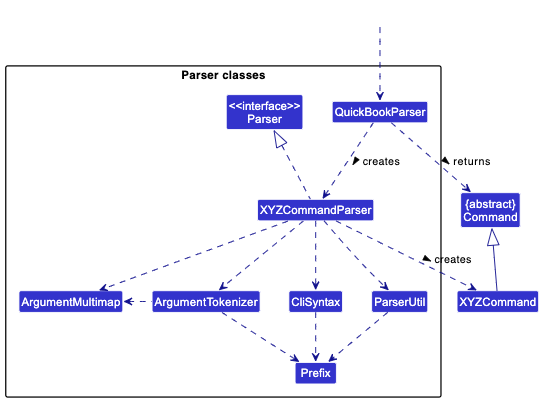
nus-cs2103-AY2223S2/tp keeps this PlantUML diagram as docs/images/ParserClasses.png. Above is the earlier version. Its source is kept beside it as docs/diagrams/ParserClasses.puml.
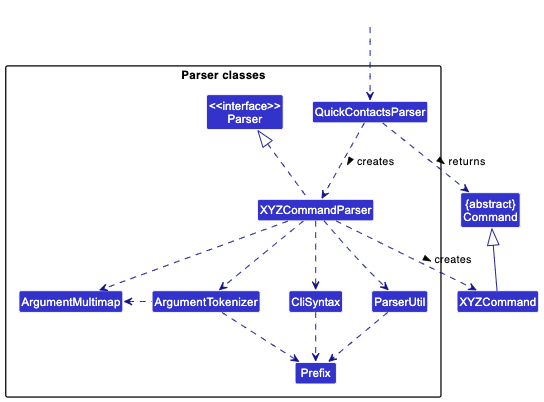
Above is the later version.

Commit message:
Fix incorrect parser naming

What changed in the source:
```diff
@@ -9,7 +9,7 @@
 
 package "Parser classes"{
 Class "<<interface>>\nParser" as Parser
-Class QuickBookParser
+Class QuickContactsParser
 Class XYZCommandParser
 Class CliSyntax
 Class ParserUtil
@@ -19,12 +19,12 @@
 }
 
 Class HiddenOutside #FFFFFF
-HiddenOutside ..> QuickBookParser
+HiddenOutside ..> QuickContactsParser
 
-QuickBookParser .down.> XYZCommandParser: creates >
+QuickContactsParser .down.> XYZCommandParser: creates >
 
 XYZCommandParser ..> XYZCommand : creates >
-QuickBookParser ..> Command : returns >
+QuickContactsParser ..> Command : returns >
 XYZCommandParser .up.|> Parser
 XYZCommandParser ..> ArgumentMultimap
 XYZCommandParser ..> ArgumentTokenizer
```
